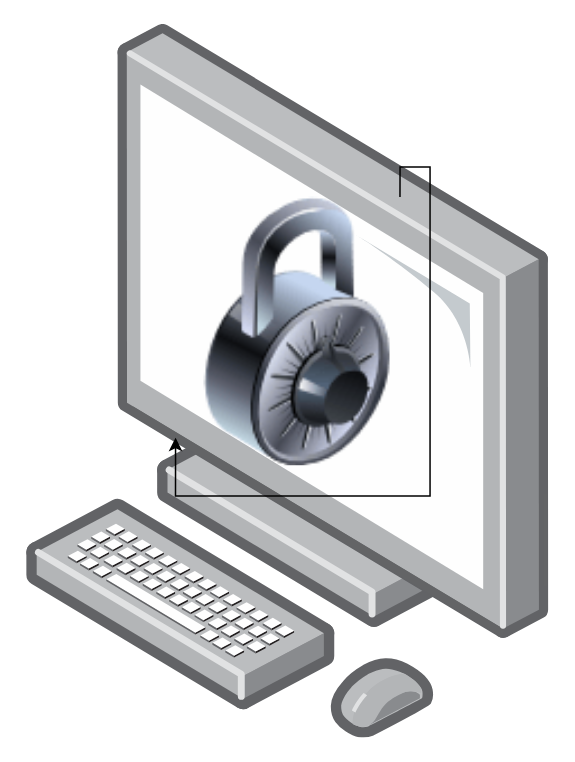
The draw.io diagram Untitled Diagram.drawio in bamideleperfect/First-Project, before the edit. Source tidied: cells renumbered, new cells numbered last; positions are measured from the earlier drawing's top-left corner, leaving out a move shared by most shapes. Both pictures are drawn from the tidied source at 150%, with x=0, y=0 at pixel (24, 24).
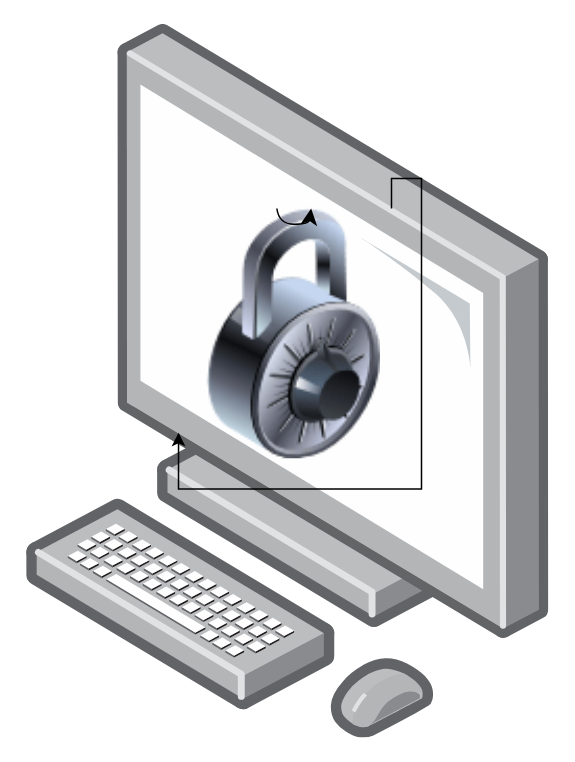
The same page after the edit.

What changed in the source:
```diff
@@
 <mxGraphModel>
   <root>
     <mxCell id="0" />
     <mxCell id="1" parent="0" />
     <mxCell id="2" style="image;html=1;align=center;shadow=0;dashed=0;image=img/lib/allied_telesis/computer_and_terminals/Personal_Computer.svg;" parent="1" vertex="1">
       <mxGeometry width="351" height="475.7" as="geometry" />
     </mxCell>
     <mxCell id="3" style="image;html=1;image=img/lib/clip_art/general/Lock_128x128.png;rotation=-90;direction=south;" parent="1" vertex="1">
-      <mxGeometry x="92" y="136" width="179.3" height="137" as="geometry" />
+      <mxGeometry x="96" y="141" width="167" height="130" as="geometry" />
     </mxCell>
     <mxCell id="4" style="edgeStyle=orthogonalEdgeStyle;rounded=0;orthogonalLoop=1;jettySize=auto;html=1;exitX=1;exitY=0;exitDx=0;exitDy=0;entryX=-0.092;entryY=0.895;entryDx=0;entryDy=0;entryPerimeter=0;" parent="1" edge="1" source="3" target="3">
       <mxGeometry relative="1" as="geometry" />
     </mxCell>
+    <mxCell id="5" style="edgeStyle=none;curved=1;rounded=0;orthogonalLoop=1;jettySize=auto;html=1;fontSize=12;startSize=8;endSize=8;" parent="1" edge="1" source="3" target="3">
+      <mxGeometry relative="1" as="geometry">
+        <Array as="points">
+          <mxPoint x="178" y="133" />
+        </Array>
+      </mxGeometry>
+    </mxCell>
   </root>
 </mxGraphModel>
```
